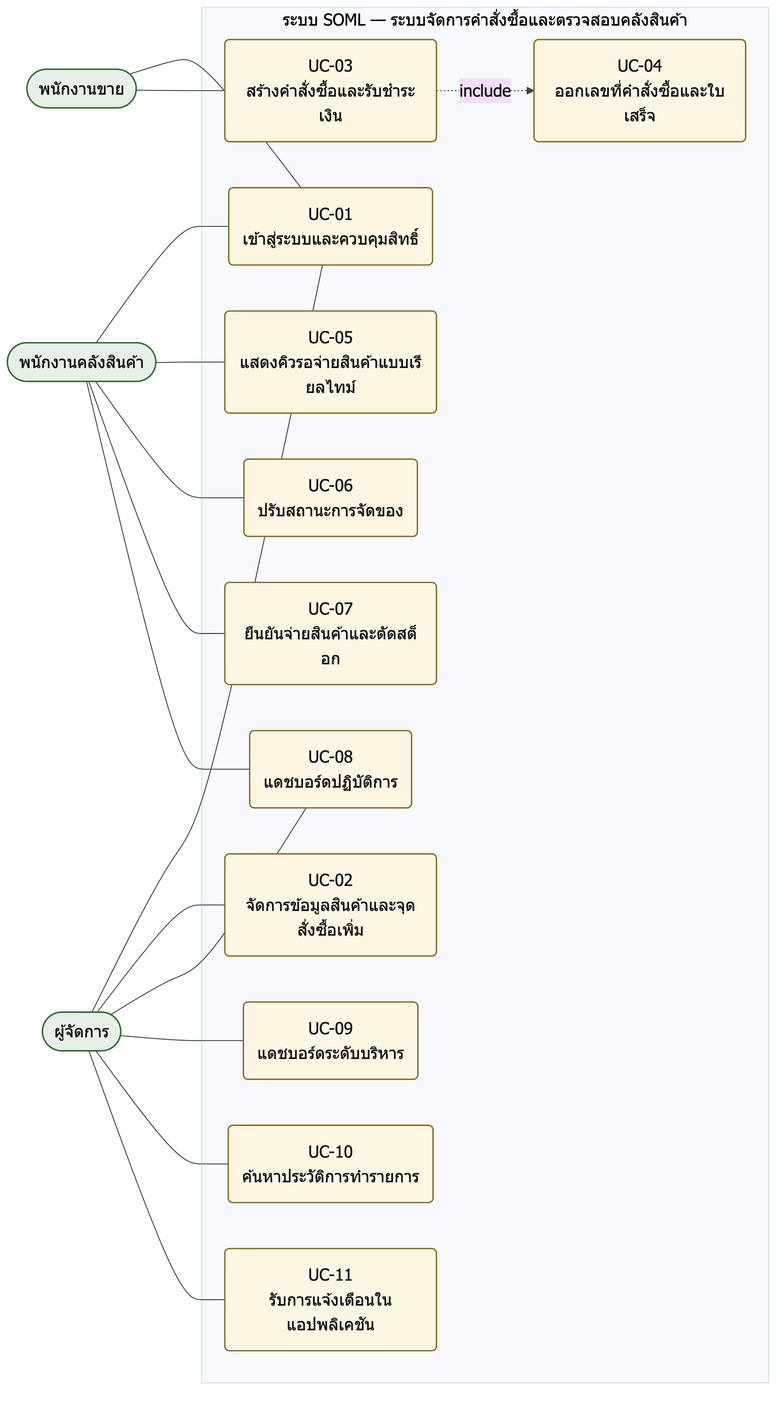
Before: Documents/assets/diagrams/fig-srs-usecase-all.png, a diagram exported from Mermaid (TriratWongsit/soml-pos-inventory). Its source is kept beside it as Documents/assets/diagrams/fig-srs-usecase-all.mmd. The source it was exported from:
```mermaid
flowchart LR
    SALES(["พนักงานขาย"])
    WH(["พนักงานคลังสินค้า"])
    MGR(["ผู้จัดการ"])
    subgraph SYS["ระบบ SOML — ระบบจัดการคำสั่งซื้อและตรวจสอบคลังสินค้า"]
        UC1("UC-01<br/>เข้าสู่ระบบและควบคุมสิทธิ์")
        UC2("UC-02<br/>จัดการข้อมูลสินค้าและจุดสั่งซื้อเพิ่ม")
        UC3("UC-03<br/>สร้างคำสั่งซื้อและรับชำระเงิน")
        UC4("UC-04<br/>ออกเลขที่คำสั่งซื้อและใบเสร็จ")
        UC5("UC-05<br/>แสดงคิวรอจ่ายสินค้าแบบเรียลไทม์")
        UC6("UC-06<br/>ปรับสถานะการจัดของ")
        UC7("UC-07<br/>ยืนยันจ่ายสินค้าและตัดสต็อก")
        UC8("UC-08<br/>แดชบอร์ดปฏิบัติการ")
        UC9("UC-09<br/>แดชบอร์ดระดับบริหาร")
        UC10("UC-10<br/>ค้นหาประวัติการทำรายการ")
        UC11("UC-11<br/>รับการแจ้งเตือนในแอปพลิเคชัน")
    end
    SALES --- UC1
    WH --- UC1
    MGR --- UC1
    MGR --- UC2
    SALES --- UC3
    UC3 -. include .-> UC4
    WH --- UC5
    WH --- UC6
    WH --- UC7
    WH --- UC8
    MGR --- UC8
    MGR --- UC9
    MGR --- UC10
    MGR --- UC11
    classDef actor fill:#e6f0e6,stroke:#2f6b2f,stroke-width:1.5px,color:#111
    classDef uc fill:#fdf6e3,stroke:#8a6d1a,stroke-width:1.5px,color:#111
    class SALES,WH,MGR actor
    class UC1,UC2,UC3,UC4,UC5,UC6,UC7,UC8,UC9,UC10,UC11 uc
```
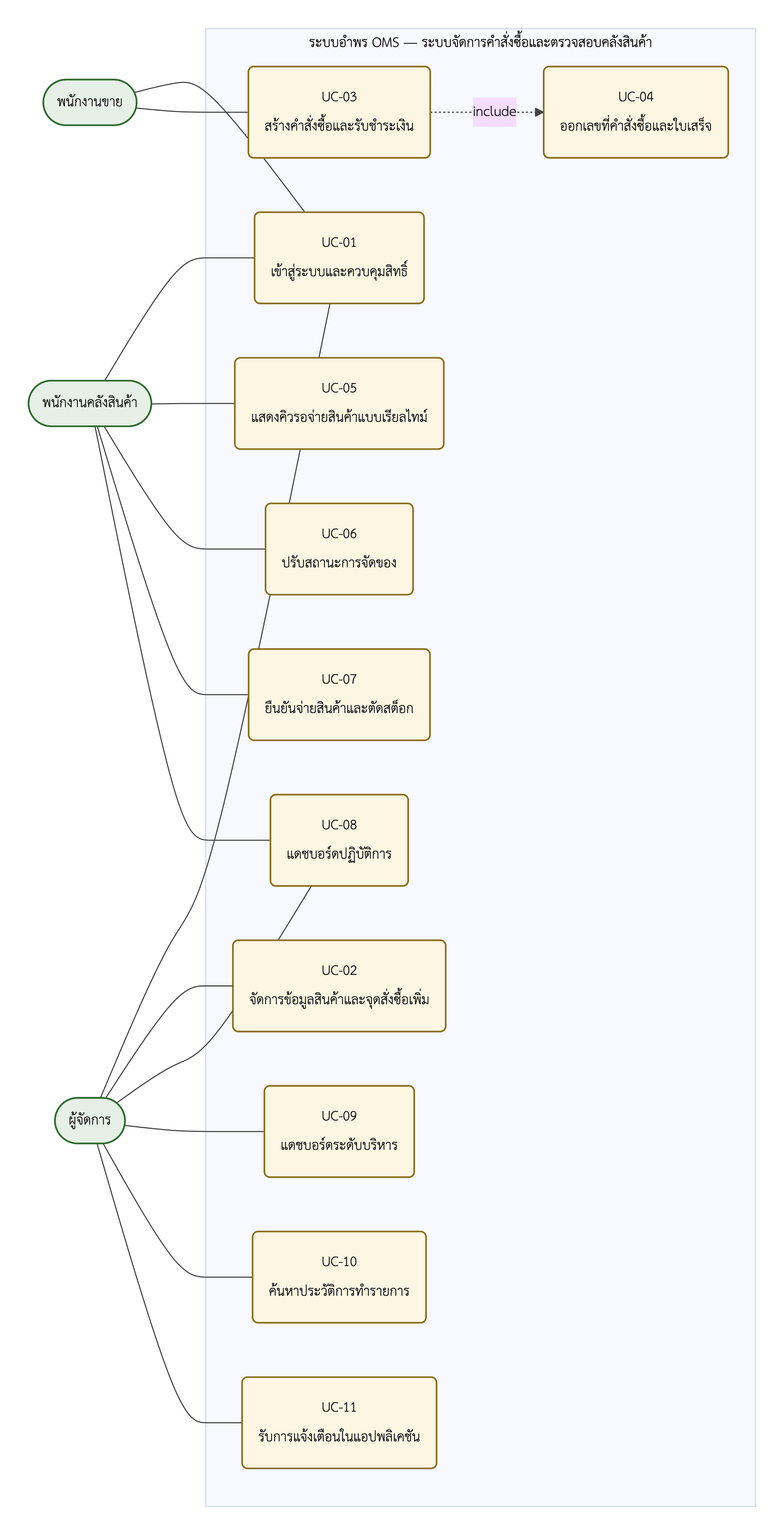
The same file after the commit.

The edit, as a diff of the source:
```diff
@@ -2,7 +2,7 @@
     SALES(["พนักงานขาย"])
     WH(["พนักงานคลังสินค้า"])
     MGR(["ผู้จัดการ"])
-    subgraph SYS["ระบบ SOML — ระบบจัดการคำสั่งซื้อและตรวจสอบคลังสินค้า"]
+    subgraph SYS["ระบบอำพร OMS — ระบบจัดการคำสั่งซื้อและตรวจสอบคลังสินค้า"]
         UC1("UC-01<br/>เข้าสู่ระบบและควบคุมสิทธิ์")
         UC2("UC-02<br/>จัดการข้อมูลสินค้าและจุดสั่งซื้อเพิ่ม")
         UC3("UC-03<br/>สร้างคำสั่งซื้อและรับชำระเงิน")
```
